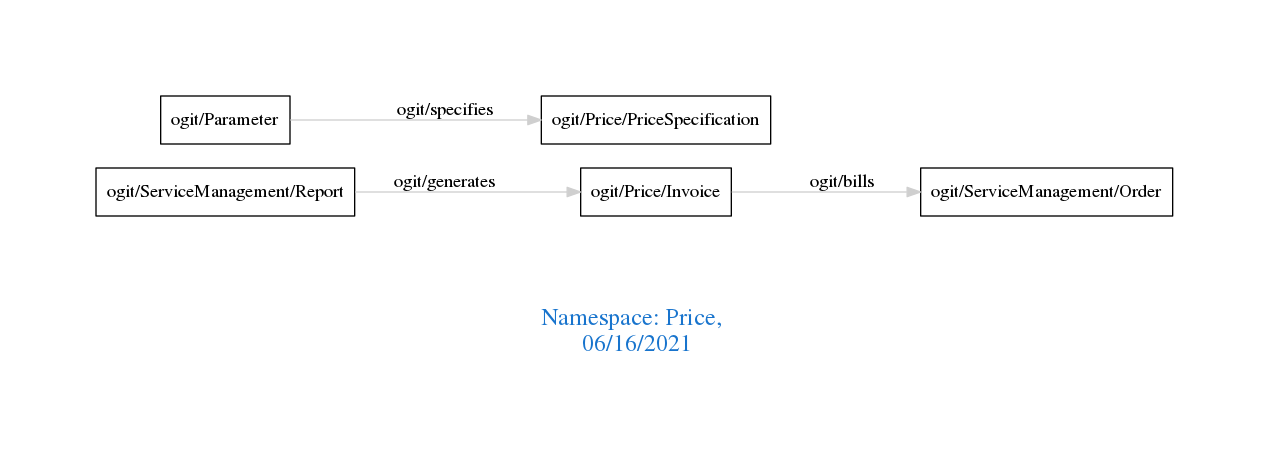
The Graphviz diagram downloads/Price.png in arago/OGIT, before a commit. Its source is kept beside it as downloads/Price.dot.
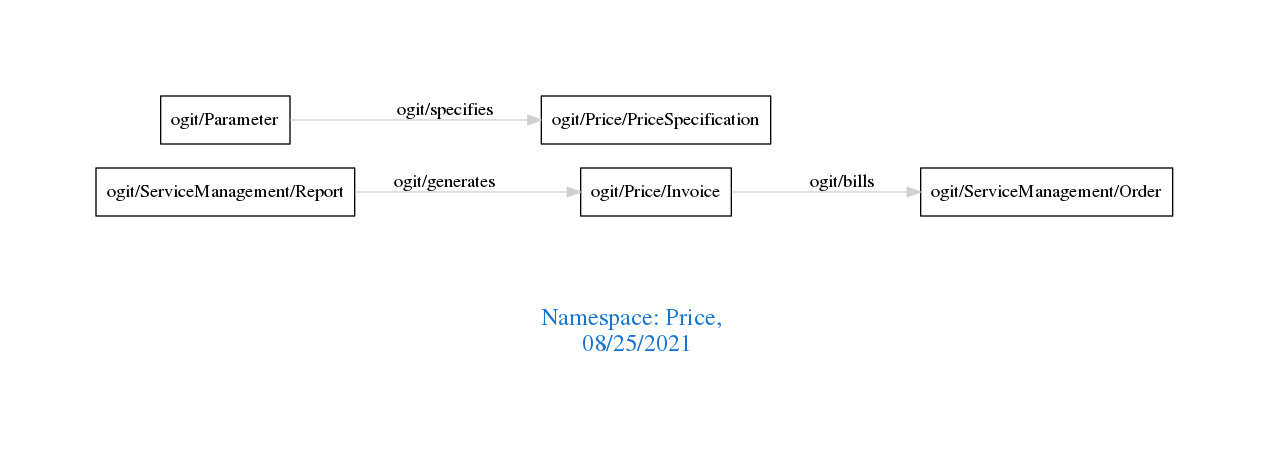
Above is the later version.

Diff of the diagram source:
```diff
@@ -1,7 +1,7 @@
 digraph OGIT_ontology {
  graph [ rankdir= LR,pad=1
 fontsize = 18,
-fontcolor= dodgerblue3,label = "\n\n\nNamespace: Price, \n 06/16/2021"];
+fontcolor= dodgerblue3,label = "\n\n\nNamespace: Price, \n 08/25/2021"];
 node[shape=polygon];
 edge [  color="gray81"];
 
```
